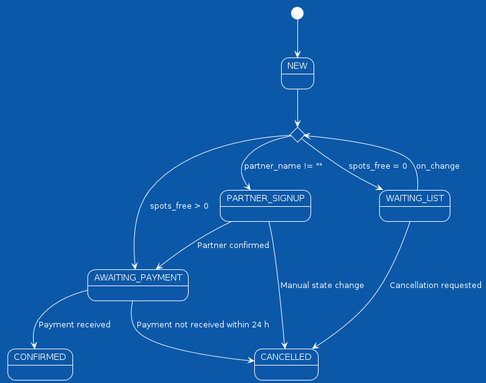
feingoof/wcs-workshop-registration keeps this PlantUML diagram as diagrams/state_diagram.png. Above is the earlier version.
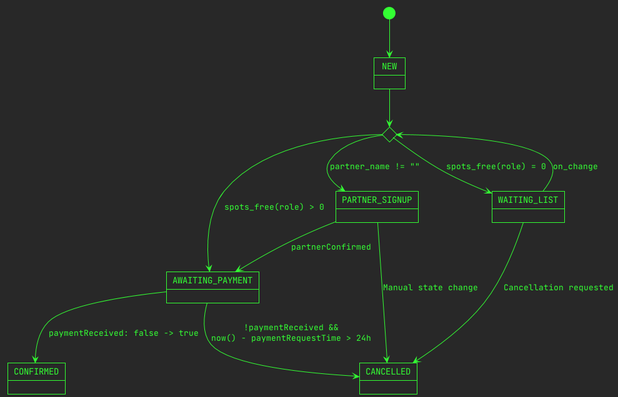
Later version of the same file.

Commit message:
signup -> state

The edit, as a diff of the source:
```diff
@@ -1,5 +1,9 @@
 @startuml
-!theme amiga
+
+!theme crt-green
+
+skinparam DefaultFontName JetBrains Mono
+skinparam RoundCorner 0
 
 [*] --> NEW
 
@@ -7,24 +11,20 @@
 
 NEW --> new_choice
 
-new_choice --> WAITING_LIST : spots_free = 0
-new_choice --> AWAITING_PAYMENT : spots_free > 0
+new_choice --> WAITING_LIST : spots_free(role) = 0
+new_choice --> AWAITING_PAYMENT : spots_free(role) > 0
 new_choice --> PARTNER_SIGNUP : partner_name != ""
 
-PARTNER_SIGNUP --> AWAITING_PAYMENT : Partner confirmed
+PARTNER_SIGNUP --> AWAITING_PAYMENT : partnerConfirmed
 PARTNER_SIGNUP --> CANCELLED : Manual state change
 
 WAITING_LIST --> new_choice : on_change
 
 WAITING_LIST --> CANCELLED : Cancellation requested
 
-AWAITING_PAYMENT --> CANCELLED : Payment not received within 24 h
+AWAITING_PAYMENT --> CANCELLED : !paymentReceived &&\nnow() - paymentRequestTime > 24h
 
-AWAITING_PAYMENT --> CONFIRMED : Payment received
-
-state CONFIRMED {
-
-}
+AWAITING_PAYMENT --> CONFIRMED : paymentReceived: false -> true
 
 
 @enduml
```
